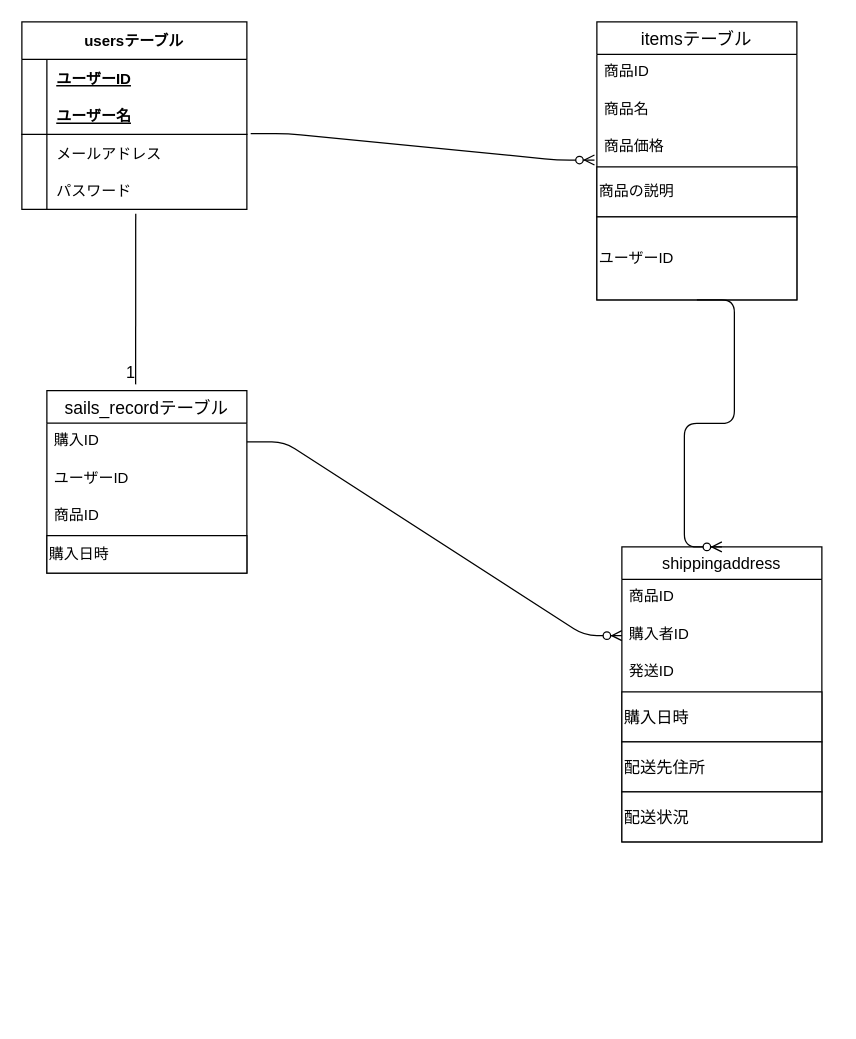
Above: test.dio in nari19940414/furima-39064 (draw.io), before the change. Source tidied: cells renumbered, new cells numbered last; positions are measured from the earlier drawing's top-left corner, leaving out a move shared by most shapes. Both pictures are drawn from the tidied source at 125%, with x=0, y=0 at pixel (21, 21).
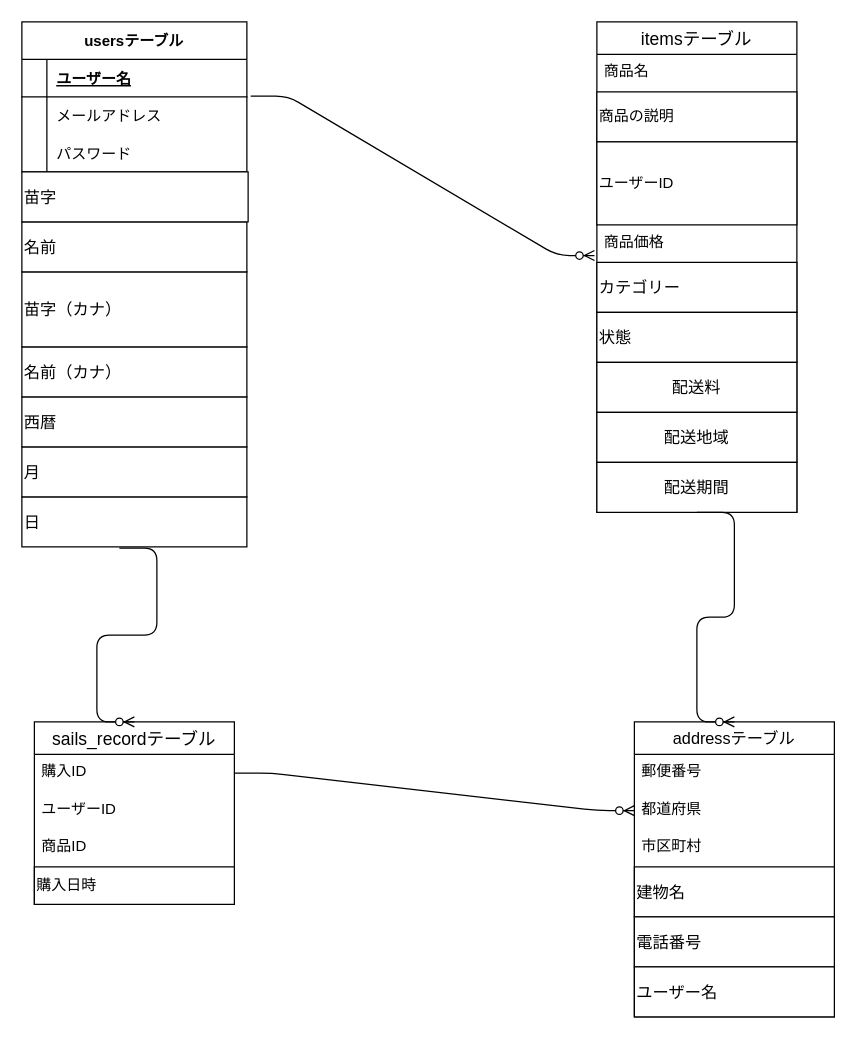
Above is the later version.

Commit message (it also covers changes not shown here):
テーブル設計再修正

What changed in the source:
```diff
@@
     <mxCell id="2" value="usersテーブル" style="shape=table;startSize=30;childLayout=tableLayout;rowLines=0;fontStyle=1;align=center;" parent="1" vertex="1">
-      <mxGeometry width="180" height="150" as="geometry" />
+      <mxGeometry width="180" height="120" as="geometry" />
     </mxCell>
-    <mxCell id="3" style="shape=tableRow;horizontal=0;startSize=0;swimlaneHead=0;swimlaneBody=0;fillColor=none;top=0;left=0;right=0;bottom=0;" parent="2" vertex="1">
-      <mxGeometry y="30" width="180" height="30" as="geometry" />
-    </mxCell>
-    <mxCell id="4" style="shape=partialRectangle;fillColor=none;top=0;left=0;bottom=0;right=0;fontStyle=1;overflow=hidden;" parent="3" vertex="1">
-      <mxGeometry width="20" height="30" as="geometry" />
-    </mxCell>
-    <mxCell id="5" value="ユーザーID" style="shape=partialRectangle;fillColor=none;top=0;left=0;bottom=0;right=0;align=left;spacingLeft=6;fontStyle=5;overflow=hidden;" parent="3" vertex="1">
-      <mxGeometry x="20" width="160" height="30" as="geometry" />
-    </mxCell>
     <mxCell id="6" style="shape=tableRow;horizontal=0;startSize=0;swimlaneHead=0;swimlaneBody=0;fillColor=none;top=0;left=0;right=0;bottom=1;" parent="2" vertex="1">
-      <mxGeometry y="60" width="180" height="30" as="geometry" />
+      <mxGeometry y="30" width="180" height="30" as="geometry" />
     </mxCell>
@@
     <mxCell id="9" style="shape=tableRow;horizontal=0;startSize=0;swimlaneHead=0;swimlaneBody=0;fillColor=none;points=[[0,0.5],[1,0.5]];portConstraint=eastwest;top=0;left=0;right=0;bottom=0;" parent="2" vertex="1">
-      <mxGeometry y="90" width="180" height="30" as="geometry" />
+      <mxGeometry y="60" width="180" height="30" as="geometry" />
     </mxCell>
@@
     <mxCell id="12" style="shape=tableRow;horizontal=0;startSize=0;swimlaneHead=0;swimlaneBody=0;fillColor=none;points=[[0,0.5],[1,0.5]];portConstraint=eastwest;top=0;left=0;right=0;bottom=0;" parent="2" vertex="1">
-      <mxGeometry y="120" width="180" height="30" as="geometry" />
+      <mxGeometry y="90" width="180" height="30" as="geometry" />
     </mxCell>
@@
     <mxCell id="15" value="itemsテーブル" style="swimlane;fontStyle=0;horizontal=1;startSize=26;align=center;fontSize=14;" parent="1" vertex="1">
-      <mxGeometry x="460" width="160" height="222.4" as="geometry" />
+      <mxGeometry x="460" width="160" height="392.4" as="geometry" />
     </mxCell>
-    <mxCell id="16" value="商品ID        " style="text;strokeColor=none;fillColor=none;spacingLeft=4;spacingRight=4;overflow=hidden;fontSize=12;" parent="15" vertex="1">
-      <mxGeometry y="26" width="160" height="30" as="geometry" />
-    </mxCell>
     <mxCell id="17" value="商品名" style="text;strokeColor=none;fillColor=none;spacingLeft=4;spacingRight=4;overflow=hidden;fontSize=12;" parent="15" vertex="1">
-      <mxGeometry y="56" width="160" height="30" as="geometry" />
+      <mxGeometry y="26" width="160" height="30" as="geometry" />
     </mxCell>
-    <mxCell id="18" value="商品価格" style="text;strokeColor=none;fillColor=none;spacingLeft=4;spacingRight=4;overflow=hidden;points=[[0,0.5],[1,0.5]];portConstraint=eastwest;fontSize=12;" parent="15" vertex="1">
-      <mxGeometry y="86" width="160" height="30" as="geometry" />
-    </mxCell>
     <mxCell id="19" value="商品の説明" style="whiteSpace=wrap;html=1;align=left;" parent="15" vertex="1">
-      <mxGeometry y="116" width="160" height="40" as="geometry" />
+      <mxGeometry y="56" width="160" height="40" as="geometry" />
     </mxCell>
     <mxCell id="20" value="ユーザーID" style="whiteSpace=wrap;html=1;align=left;" parent="15" vertex="1">
-      <mxGeometry y="156" width="160" height="66.4" as="geometry" />
+      <mxGeometry y="96" width="160" height="66.4" as="geometry" />
     </mxCell>
+    <mxCell id="18" value="商品価格" style="text;strokeColor=none;fillColor=none;spacingLeft=4;spacingRight=4;overflow=hidden;points=[[0,0.5],[1,0.5]];portConstraint=eastwest;fontSize=12;" parent="15" vertex="1">
+      <mxGeometry y="162.4" width="160" height="30" as="geometry" />
+    </mxCell>
+    <mxCell id="38" value="カテゴリー" style="whiteSpace=wrap;html=1;align=left;fontSize=13;" parent="15" vertex="1">
+      <mxGeometry y="192.4" width="160" height="40" as="geometry" />
+    </mxCell>
+    <mxCell id="39" value="状態" style="whiteSpace=wrap;html=1;align=left;fontSize=13;" parent="15" vertex="1">
+      <mxGeometry y="232.4" width="160" height="40" as="geometry" />
+    </mxCell>
+    <mxCell id="40" value="配送料" style="whiteSpace=wrap;html=1;align=center;fontSize=13;" parent="15" vertex="1">
+      <mxGeometry y="272.4" width="160" height="40" as="geometry" />
+    </mxCell>
+    <mxCell id="41" value="配送地域" style="whiteSpace=wrap;html=1;align=center;fontSize=13;" parent="15" vertex="1">
+      <mxGeometry y="312.4" width="160" height="40" as="geometry" />
+    </mxCell>
+    <mxCell id="42" value="配送期間" style="whiteSpace=wrap;html=1;align=center;fontSize=13;" parent="15" vertex="1">
+      <mxGeometry y="352.4" width="160" height="40" as="geometry" />
+    </mxCell>
     <mxCell id="21" value="sails_recordテーブル" style="swimlane;fontStyle=0;horizontal=1;startSize=26;align=center;fontSize=14;" parent="1" vertex="1">
-      <mxGeometry x="20" y="295" width="160" height="146" as="geometry" />
+      <mxGeometry x="10" y="560" width="160" height="146" as="geometry" />
     </mxCell>
@@
-    <mxCell id="26" value="shippingaddress" style="swimlane;fontStyle=0;horizontal=1;startSize=26;align=center;fontSize=13;" parent="1" vertex="1">
-      <mxGeometry x="480" y="420" width="160" height="236" as="geometry" />
+    <mxCell id="26" value="addressテーブル" style="swimlane;fontStyle=0;horizontal=1;startSize=26;align=center;fontSize=13;" parent="1" vertex="1">
+      <mxGeometry x="490" y="560" width="160" height="236" as="geometry" />
     </mxCell>
-    <mxCell id="27" value="商品ID" style="text;strokeColor=none;fillColor=none;spacingLeft=4;spacingRight=4;overflow=hidden;fontSize=12;" parent="26" vertex="1">
+    <mxCell id="27" value="郵便番号" style="text;strokeColor=none;fillColor=none;spacingLeft=4;spacingRight=4;overflow=hidden;fontSize=12;" parent="26" vertex="1">
       <mxGeometry y="26" width="160" height="30" as="geometry" />
     </mxCell>
-    <mxCell id="28" value="購入者ID" style="text;strokeColor=none;fillColor=none;spacingLeft=4;spacingRight=4;overflow=hidden;points=[[0,0.5],[1,0.5]];portConstraint=eastwest;fontSize=12;" parent="26" vertex="1">
+    <mxCell id="28" value="都道府県" style="text;strokeColor=none;fillColor=none;spacingLeft=4;spacingRight=4;overflow=hidden;points=[[0,0.5],[1,0.5]];portConstraint=eastwest;fontSize=12;" parent="26" vertex="1">
       <mxGeometry y="56" width="160" height="30" as="geometry" />
     </mxCell>
-    <mxCell id="29" value="発送ID" style="text;strokeColor=none;fillColor=none;spacingLeft=4;spacingRight=4;overflow=hidden;fontSize=12;" parent="26" vertex="1">
+    <mxCell id="29" value="市区町村" style="text;strokeColor=none;fillColor=none;spacingLeft=4;spacingRight=4;overflow=hidden;fontSize=12;" parent="26" vertex="1">
       <mxGeometry y="86" width="160" height="30" as="geometry" />
     </mxCell>
-    <mxCell id="30" value="購入日時" style="whiteSpace=wrap;html=1;align=left;fontSize=13;" parent="26" vertex="1">
+    <mxCell id="30" value="建物名" style="whiteSpace=wrap;html=1;align=left;fontSize=13;" parent="26" vertex="1">
       <mxGeometry y="116" width="160" height="40" as="geometry" />
     </mxCell>
-    <mxCell id="31" value="配送先住所" style="whiteSpace=wrap;html=1;align=left;fontSize=13;" parent="26" vertex="1">
+    <mxCell id="31" value="電話番号" style="whiteSpace=wrap;html=1;align=left;fontSize=13;" parent="26" vertex="1">
       <mxGeometry y="156" width="160" height="40" as="geometry" />
     </mxCell>
-    <mxCell id="32" value="配送状況" style="whiteSpace=wrap;html=1;align=left;fontSize=13;" parent="26" vertex="1">
+    <mxCell id="32" value="ユーザー名" style="whiteSpace=wrap;html=1;align=left;fontSize=13;" parent="26" vertex="1">
       <mxGeometry y="196" width="160" height="40" as="geometry" />
     </mxCell>
-    <mxCell id="33" style="edgeStyle=entityRelationEdgeStyle;fontSize=12;html=1;endArrow=ERzeroToMany;endFill=1;exitX=0.5;exitY=1;exitDx=0;exitDy=0;" parent="26" edge="1" source="20">
-      <mxGeometry relative="1" as="geometry">
-        <mxPoint x="80" as="targetPoint" />
-      </mxGeometry>
-    </mxCell>
@@
-    <mxCell id="35" style="endArrow=none;html=1;rounded=0;fontSize=13;exitX=0.506;exitY=1.117;exitDx=0;exitDy=0;exitPerimeter=0;" parent="1" edge="1" source="12">
-      <mxGeometry relative="1" as="geometry">
-        <mxPoint x="91" y="290" as="targetPoint" />
-      </mxGeometry>
-    </mxCell>
-    <mxCell id="36" value="1" style="html=1;align=right;verticalAlign=bottom;fontSize=13;" parent="35" vertex="1">
-      <mxGeometry x="1" relative="1" as="geometry" />
-    </mxCell>
@@
+    <mxCell id="43" value="日" style="whiteSpace=wrap;html=1;align=left;fontSize=13;" parent="1" vertex="1">
+      <mxGeometry y="380" width="180" height="40" as="geometry" />
+    </mxCell>
+    <mxCell id="44" value="月" style="whiteSpace=wrap;html=1;align=left;fontSize=13;" parent="1" vertex="1">
+      <mxGeometry y="340" width="180" height="40" as="geometry" />
+    </mxCell>
+    <mxCell id="45" value="西暦" style="whiteSpace=wrap;html=1;align=left;fontSize=13;" parent="1" vertex="1">
+      <mxGeometry y="300" width="180" height="40" as="geometry" />
+    </mxCell>
+    <mxCell id="46" value="名前（カナ）" style="whiteSpace=wrap;html=1;align=left;fontSize=13;" parent="1" vertex="1">
+      <mxGeometry y="260" width="180" height="40" as="geometry" />
+    </mxCell>
+    <mxCell id="47" value="苗字（カナ）" style="whiteSpace=wrap;html=1;align=left;fontSize=13;" parent="1" vertex="1">
+      <mxGeometry y="200" width="180" height="60" as="geometry" />
+    </mxCell>
+    <mxCell id="48" value="名前" style="whiteSpace=wrap;html=1;align=left;fontSize=13;" parent="1" vertex="1">
+      <mxGeometry y="160" width="180" height="40" as="geometry" />
+    </mxCell>
+    <mxCell id="49" value="苗字" style="whiteSpace=wrap;html=1;align=left;fontSize=13;" parent="1" vertex="1">
+      <mxGeometry y="120" width="181" height="40" as="geometry" />
+    </mxCell>
+    <mxCell id="50" style="edgeStyle=entityRelationEdgeStyle;fontSize=12;html=1;endArrow=ERzeroToMany;endFill=1;entryX=0.5;entryY=0;entryDx=0;entryDy=0;exitX=0.5;exitY=1;exitDx=0;exitDy=0;" parent="1" edge="1" source="15" target="26">
+      <mxGeometry relative="1" as="geometry" />
+    </mxCell>
+    <mxCell id="51" style="edgeStyle=entityRelationEdgeStyle;fontSize=12;html=1;endArrow=ERzeroToMany;endFill=1;exitX=1.017;exitY=-0.017;exitDx=0;exitDy=0;exitPerimeter=0;entryX=0.5;entryY=0;entryDx=0;entryDy=0;" parent="1" edge="1" target="21">
+      <mxGeometry relative="1" as="geometry">
+        <mxPoint x="78" y="421" as="sourcePoint" />
+      </mxGeometry>
+    </mxCell>
```
